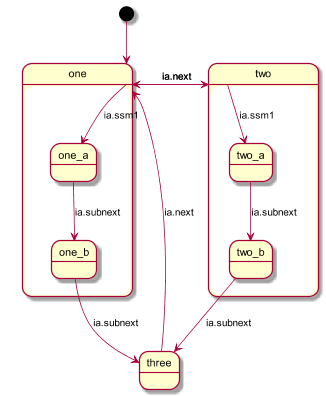
The PlantUML diagram substatemachine_Dezyne2_5_x/images/ssm.png in dezyne/community, before a commit.
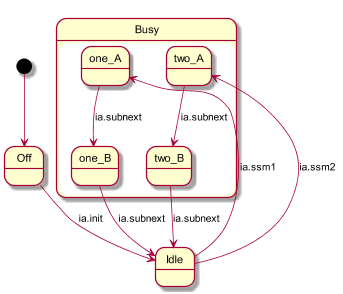
After the change.

The edit, as a diff of the source:
```diff
@@ -1,22 +1,21 @@
 @startuml
 scale 350 width
-[*] --> one
+[*] --> Off
 
-state one {
-  one --> two : ia.next
-  one --> one_a : ia.ssm1
-  one_a --> one_b : ia.subnext
-  one_b --> three : ia.subnext
+state Off {
+  Off --> Idle : ia.init
 }
 
-state two {
-  two --> one : ia.next
-  two --> two_a : ia.ssm1
-  two_a --> two_b : ia.subnext
-  two_b --> three : ia.subnext
+state Idle {
 }
 
-state three {
-  three --> one : ia.next
+state Busy {
+  Idle --> one_A : ia.ssm1
+  one_A --> one_B : ia.subnext
+  one_B --> Idle : ia.subnext
+
+  Idle --> two_A : ia.ssm2
+  two_A --> two_B : ia.subnext
+  two_B --> Idle : ia.subnext
 }
 @enduml
```
